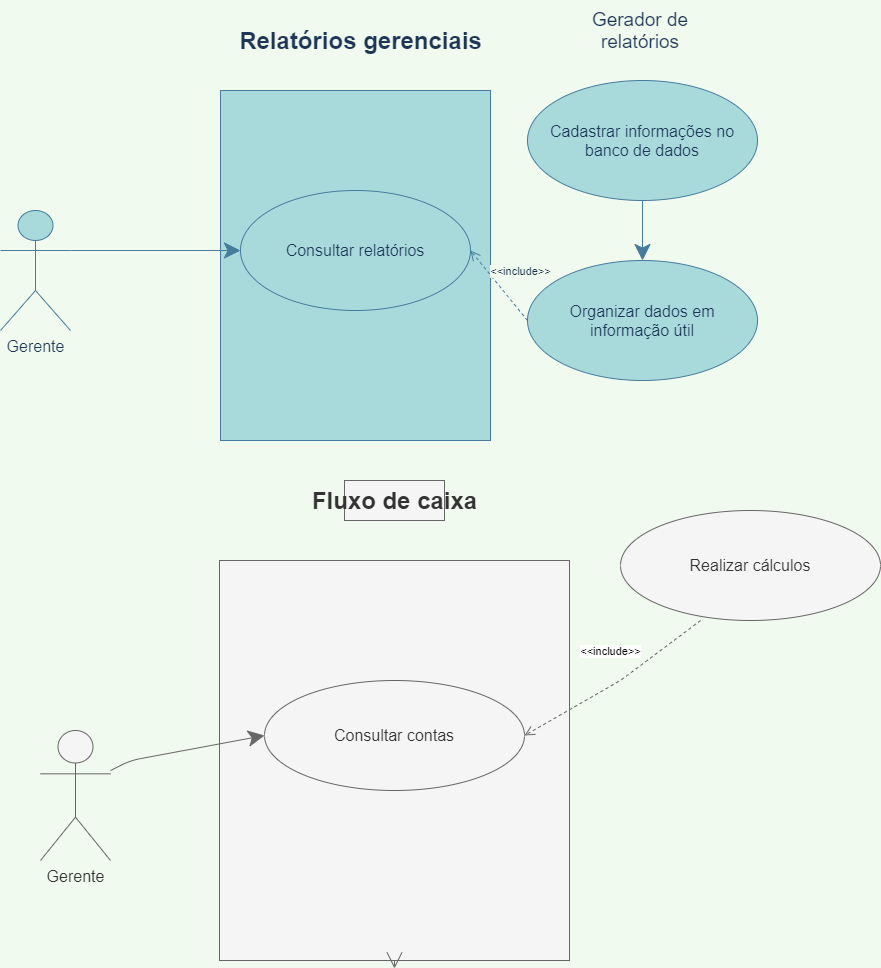
This is relatoriosgerenciais.drawio.png from hinname/project-Restaurant, a draw.io export, as it was before one commit. Source tidied: cells renumbered, new cells last; positions are measured from the earlier drawing's top-left corner, leaving out a move shared by most shapes. Its diagram source:
```xml
<mxGraphModel background="#F1FAEE">
  <root>
    <mxCell id="0" />
    <mxCell id="1" parent="0" />
    <mxCell id="2" style="rounded=0;whiteSpace=wrap;html=1;hachureGap=4;fillColor=#A8DADC;strokeColor=#457B9D;fontColor=#1D3557;" parent="1" vertex="1">
      <mxGeometry x="220" y="90" width="270" height="350" as="geometry" />
    </mxCell>
    <mxCell id="3" value="Relatórios gerenciais" style="text;strokeColor=none;fillColor=none;html=1;fontSize=24;fontStyle=1;verticalAlign=middle;align=center;hachureGap=4;fontColor=#1D3557;" parent="1" vertex="1">
      <mxGeometry x="310" y="20" width="100" height="40" as="geometry" />
    </mxCell>
    <mxCell id="4" value="&lt;font style=&quot;font-size: 16px&quot;&gt;Gerente&lt;/font&gt;" style="shape=umlActor;verticalLabelPosition=bottom;verticalAlign=top;html=1;outlineConnect=0;hachureGap=4;fillColor=#A8DADC;strokeColor=#457B9D;fontColor=#1D3557;" parent="1" vertex="1">
      <mxGeometry y="210" width="70" height="120" as="geometry" />
    </mxCell>
    <mxCell id="5" value="&lt;font style=&quot;font-size: 16px&quot;&gt;Consultar relatórios&lt;/font&gt;" style="ellipse;whiteSpace=wrap;html=1;hachureGap=4;fillColor=#A8DADC;strokeColor=#457B9D;fontColor=#1D3557;" parent="1" vertex="1">
      <mxGeometry x="240" y="190" width="230" height="120" as="geometry" />
    </mxCell>
    <mxCell id="6" value="&lt;font style=&quot;font-size: 16px&quot;&gt;Cadastrar informações no banco de dados&lt;/font&gt;" style="ellipse;whiteSpace=wrap;html=1;hachureGap=4;fillColor=#A8DADC;strokeColor=#457B9D;fontColor=#1D3557;" parent="1" vertex="1">
      <mxGeometry x="527" y="80" width="230" height="120" as="geometry" />
    </mxCell>
    <mxCell id="7" value="&lt;font style=&quot;font-size: 16px&quot;&gt;Organizar dados em informação útil&lt;/font&gt;" style="ellipse;whiteSpace=wrap;html=1;hachureGap=4;fillColor=#A8DADC;strokeColor=#457B9D;fontColor=#1D3557;" parent="1" vertex="1">
      <mxGeometry x="527" y="260" width="230" height="120" as="geometry" />
    </mxCell>
    <mxCell id="8" value="&lt;font style=&quot;font-size: 19px&quot;&gt;Gerador de relatórios&lt;/font&gt;" style="text;html=1;strokeColor=none;fillColor=none;align=center;verticalAlign=middle;whiteSpace=wrap;rounded=0;hachureGap=4;fontColor=#1D3557;" parent="1" vertex="1">
      <mxGeometry x="590" width="100" height="60" as="geometry" />
    </mxCell>
    <mxCell id="9" style="endArrow=classic;html=1;startSize=14;endSize=14;sourcePerimeterSpacing=8;targetPerimeterSpacing=8;exitX=0.5;exitY=1;exitDx=0;exitDy=0;entryX=0.5;entryY=0;entryDx=0;entryDy=0;labelBackgroundColor=#F1FAEE;strokeColor=#457B9D;fontColor=#1D3557;" parent="1" edge="1" source="6" target="7">
      <mxGeometry relative="1" as="geometry" />
    </mxCell>
    <mxCell id="10" value="&lt;font style=&quot;font-size: 11px&quot;&gt;&amp;lt;&amp;lt;include&amp;gt;&amp;gt;&lt;/font&gt;" style="html=1;verticalAlign=bottom;endArrow=open;dashed=1;endSize=8;sourcePerimeterSpacing=8;targetPerimeterSpacing=8;exitX=0;exitY=0.5;exitDx=0;exitDy=0;entryX=1;entryY=0.5;entryDx=0;entryDy=0;labelBackgroundColor=#F1FAEE;strokeColor=#457B9D;fontColor=#1D3557;" parent="1" edge="1" source="7" target="5">
      <mxGeometry x="-0.21" y="-20" relative="1" as="geometry" />
    </mxCell>
    <mxCell id="11" style="endArrow=classic;html=1;startSize=14;endSize=14;sourcePerimeterSpacing=8;targetPerimeterSpacing=8;exitX=1;exitY=0.3333333333333333;exitDx=0;exitDy=0;exitPerimeter=0;entryX=0;entryY=0.5;entryDx=0;entryDy=0;labelBackgroundColor=#F1FAEE;strokeColor=#457B9D;fontColor=#1D3557;" parent="1" edge="1" source="4" target="5">
      <mxGeometry relative="1" as="geometry" />
    </mxCell>
    <mxCell id="12" style="rounded=0;whiteSpace=wrap;html=1;hachureGap=4;fillColor=#f5f5f5;strokeColor=#666666;fontColor=#333333;" parent="1" vertex="1">
      <mxGeometry x="219" y="560" width="350" height="400" as="geometry" />
    </mxCell>
    <mxCell id="13" value="&lt;font size=&quot;3&quot;&gt;Gerente&lt;/font&gt;" style="shape=umlActor;verticalLabelPosition=bottom;verticalAlign=top;html=1;outlineConnect=0;hachureGap=4;fillColor=#f5f5f5;strokeColor=#666666;fontColor=#333333;" parent="1" vertex="1">
      <mxGeometry x="40" y="730" width="70" height="130" as="geometry" />
    </mxCell>
    <mxCell id="14" value="Fluxo de caixa" style="text;strokeColor=#666666;fillColor=#f5f5f5;html=1;fontSize=24;fontStyle=1;verticalAlign=middle;align=center;hachureGap=4;fontColor=#333333;" parent="1" vertex="1">
      <mxGeometry x="344" y="480" width="100" height="40" as="geometry" />
    </mxCell>
    <mxCell id="15" value="&lt;font size=&quot;3&quot;&gt;Consultar contas&lt;/font&gt;" style="ellipse;whiteSpace=wrap;html=1;hachureGap=4;fillColor=#f5f5f5;strokeColor=#666666;fontColor=#333333;" parent="1" vertex="1">
      <mxGeometry x="264" y="680" width="260" height="110" as="geometry" />
    </mxCell>
    <mxCell id="16" value="&lt;font size=&quot;3&quot;&gt;Realizar cálculos&lt;br&gt;&lt;/font&gt;" style="ellipse;whiteSpace=wrap;html=1;hachureGap=4;fillColor=#f5f5f5;strokeColor=#666666;fontColor=#333333;" parent="1" vertex="1">
      <mxGeometry x="620" y="510" width="260" height="110" as="geometry" />
    </mxCell>
    <mxCell id="17" style="edgeStyle=none;curved=1;rounded=0;orthogonalLoop=1;jettySize=auto;html=1;exitX=0.5;exitY=1;exitDx=0;exitDy=0;endArrow=open;startSize=14;endSize=14;sourcePerimeterSpacing=8;targetPerimeterSpacing=8;fillColor=#f5f5f5;strokeColor=#666666;" parent="1" edge="1" source="12" target="12">
      <mxGeometry relative="1" as="geometry" />
    </mxCell>
    <mxCell id="18" value="&amp;lt;&amp;lt;include&amp;gt;&amp;gt;" style="html=1;verticalAlign=bottom;endArrow=open;dashed=1;endSize=8;sourcePerimeterSpacing=8;targetPerimeterSpacing=8;exitX=0.308;exitY=1;exitDx=0;exitDy=0;exitPerimeter=0;entryX=1;entryY=0.5;entryDx=0;entryDy=0;fillColor=#f5f5f5;strokeColor=#666666;" parent="1" edge="1" source="16" target="15">
      <mxGeometry x="-0.09" y="-22" relative="1" as="geometry">
        <Array as="points">
          <mxPoint x="620" y="680" />
        </Array>
      </mxGeometry>
    </mxCell>
    <mxCell id="19" style="endArrow=classic;html=1;startSize=14;endSize=14;sourcePerimeterSpacing=8;targetPerimeterSpacing=8;entryX=0;entryY=0.5;entryDx=0;entryDy=0;exitX=1;exitY=0.308;exitDx=0;exitDy=0;exitPerimeter=0;fillColor=#f5f5f5;strokeColor=#666666;" parent="1" edge="1" source="13" target="15">
      <mxGeometry relative="1" as="geometry">
        <Array as="points">
          <mxPoint x="130" y="760" />
        </Array>
      </mxGeometry>
    </mxCell>
  </root>
</mxGraphModel>
```
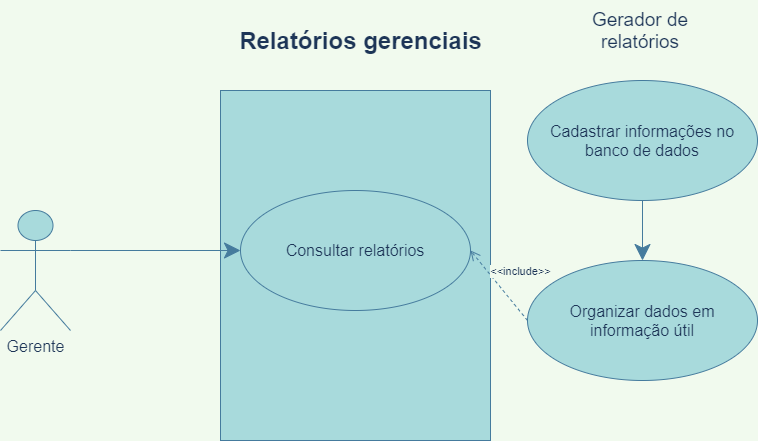
Later version of the same file.

What changed in the source:
```diff
@@ -23,46 +23,14 @@
     <mxCell id="8" value="&lt;font style=&quot;font-size: 19px&quot;&gt;Gerador de relatórios&lt;/font&gt;" style="text;html=1;strokeColor=none;fillColor=none;align=center;verticalAlign=middle;whiteSpace=wrap;rounded=0;hachureGap=4;fontColor=#1D3557;" parent="1" vertex="1">
       <mxGeometry x="590" width="100" height="60" as="geometry" />
     </mxCell>
-    <mxCell id="9" style="endArrow=classic;html=1;startSize=14;endSize=14;sourcePerimeterSpacing=8;targetPerimeterSpacing=8;exitX=0.5;exitY=1;exitDx=0;exitDy=0;entryX=0.5;entryY=0;entryDx=0;entryDy=0;labelBackgroundColor=#F1FAEE;strokeColor=#457B9D;fontColor=#1D3557;" parent="1" edge="1" source="6" target="7">
+    <mxCell id="9" style="endArrow=classic;html=1;startSize=14;endSize=14;sourcePerimeterSpacing=8;targetPerimeterSpacing=8;exitX=0.5;exitY=1;exitDx=0;exitDy=0;entryX=0.5;entryY=0;entryDx=0;entryDy=0;strokeColor=#457B9D;fontColor=#1D3557;labelBackgroundColor=#F1FAEE;" parent="1" edge="1" source="6" target="7">
       <mxGeometry relative="1" as="geometry" />
     </mxCell>
-    <mxCell id="10" value="&lt;font style=&quot;font-size: 11px&quot;&gt;&amp;lt;&amp;lt;include&amp;gt;&amp;gt;&lt;/font&gt;" style="html=1;verticalAlign=bottom;endArrow=open;dashed=1;endSize=8;sourcePerimeterSpacing=8;targetPerimeterSpacing=8;exitX=0;exitY=0.5;exitDx=0;exitDy=0;entryX=1;entryY=0.5;entryDx=0;entryDy=0;labelBackgroundColor=#F1FAEE;strokeColor=#457B9D;fontColor=#1D3557;" parent="1" edge="1" source="7" target="5">
+    <mxCell id="10" value="&lt;font style=&quot;font-size: 11px&quot;&gt;&amp;lt;&amp;lt;include&amp;gt;&amp;gt;&lt;/font&gt;" style="html=1;verticalAlign=bottom;endArrow=open;dashed=1;endSize=8;sourcePerimeterSpacing=8;targetPerimeterSpacing=8;exitX=0;exitY=0.5;exitDx=0;exitDy=0;entryX=1;entryY=0.5;entryDx=0;entryDy=0;strokeColor=#457B9D;fontColor=#1D3557;labelBackgroundColor=#F1FAEE;" parent="1" edge="1" source="7" target="5">
       <mxGeometry x="-0.21" y="-20" relative="1" as="geometry" />
     </mxCell>
-    <mxCell id="11" style="endArrow=classic;html=1;startSize=14;endSize=14;sourcePerimeterSpacing=8;targetPerimeterSpacing=8;exitX=1;exitY=0.3333333333333333;exitDx=0;exitDy=0;exitPerimeter=0;entryX=0;entryY=0.5;entryDx=0;entryDy=0;labelBackgroundColor=#F1FAEE;strokeColor=#457B9D;fontColor=#1D3557;" parent="1" edge="1" source="4" target="5">
+    <mxCell id="11" style="endArrow=classic;html=1;startSize=14;endSize=14;sourcePerimeterSpacing=8;targetPerimeterSpacing=8;exitX=1;exitY=0.3333333333333333;exitDx=0;exitDy=0;exitPerimeter=0;entryX=0;entryY=0.5;entryDx=0;entryDy=0;strokeColor=#457B9D;fontColor=#1D3557;labelBackgroundColor=#F1FAEE;" parent="1" edge="1" source="4" target="5">
       <mxGeometry relative="1" as="geometry" />
     </mxCell>
-    <mxCell id="12" style="rounded=0;whiteSpace=wrap;html=1;hachureGap=4;fillColor=#f5f5f5;strokeColor=#666666;fontColor=#333333;" parent="1" vertex="1">
-      <mxGeometry x="219" y="560" width="350" height="400" as="geometry" />
-    </mxCell>
-    <mxCell id="13" value="&lt;font size=&quot;3&quot;&gt;Gerente&lt;/font&gt;" style="shape=umlActor;verticalLabelPosition=bottom;verticalAlign=top;html=1;outlineConnect=0;hachureGap=4;fillColor=#f5f5f5;strokeColor=#666666;fontColor=#333333;" parent="1" vertex="1">
-      <mxGeometry x="40" y="730" width="70" height="130" as="geometry" />
-    </mxCell>
-    <mxCell id="14" value="Fluxo de caixa" style="text;strokeColor=#666666;fillColor=#f5f5f5;html=1;fontSize=24;fontStyle=1;verticalAlign=middle;align=center;hachureGap=4;fontColor=#333333;" parent="1" vertex="1">
-      <mxGeometry x="344" y="480" width="100" height="40" as="geometry" />
-    </mxCell>
-    <mxCell id="15" value="&lt;font size=&quot;3&quot;&gt;Consultar contas&lt;/font&gt;" style="ellipse;whiteSpace=wrap;html=1;hachureGap=4;fillColor=#f5f5f5;strokeColor=#666666;fontColor=#333333;" parent="1" vertex="1">
-      <mxGeometry x="264" y="680" width="260" height="110" as="geometry" />
-    </mxCell>
-    <mxCell id="16" value="&lt;font size=&quot;3&quot;&gt;Realizar cálculos&lt;br&gt;&lt;/font&gt;" style="ellipse;whiteSpace=wrap;html=1;hachureGap=4;fillColor=#f5f5f5;strokeColor=#666666;fontColor=#333333;" parent="1" vertex="1">
-      <mxGeometry x="620" y="510" width="260" height="110" as="geometry" />
-    </mxCell>
-    <mxCell id="17" style="edgeStyle=none;curved=1;rounded=0;orthogonalLoop=1;jettySize=auto;html=1;exitX=0.5;exitY=1;exitDx=0;exitDy=0;endArrow=open;startSize=14;endSize=14;sourcePerimeterSpacing=8;targetPerimeterSpacing=8;fillColor=#f5f5f5;strokeColor=#666666;" parent="1" edge="1" source="12" target="12">
-      <mxGeometry relative="1" as="geometry" />
-    </mxCell>
-    <mxCell id="18" value="&amp;lt;&amp;lt;include&amp;gt;&amp;gt;" style="html=1;verticalAlign=bottom;endArrow=open;dashed=1;endSize=8;sourcePerimeterSpacing=8;targetPerimeterSpacing=8;exitX=0.308;exitY=1;exitDx=0;exitDy=0;exitPerimeter=0;entryX=1;entryY=0.5;entryDx=0;entryDy=0;fillColor=#f5f5f5;strokeColor=#666666;" parent="1" edge="1" source="16" target="15">
-      <mxGeometry x="-0.09" y="-22" relative="1" as="geometry">
-        <Array as="points">
-          <mxPoint x="620" y="680" />
-        </Array>
-      </mxGeometry>
-    </mxCell>
-    <mxCell id="19" style="endArrow=classic;html=1;startSize=14;endSize=14;sourcePerimeterSpacing=8;targetPerimeterSpacing=8;entryX=0;entryY=0.5;entryDx=0;entryDy=0;exitX=1;exitY=0.308;exitDx=0;exitDy=0;exitPerimeter=0;fillColor=#f5f5f5;strokeColor=#666666;" parent="1" edge="1" source="13" target="15">
-      <mxGeometry relative="1" as="geometry">
-        <Array as="points">
-          <mxPoint x="130" y="760" />
-        </Array>
-      </mxGeometry>
-    </mxCell>
   </root>
 </mxGraphModel>
```
